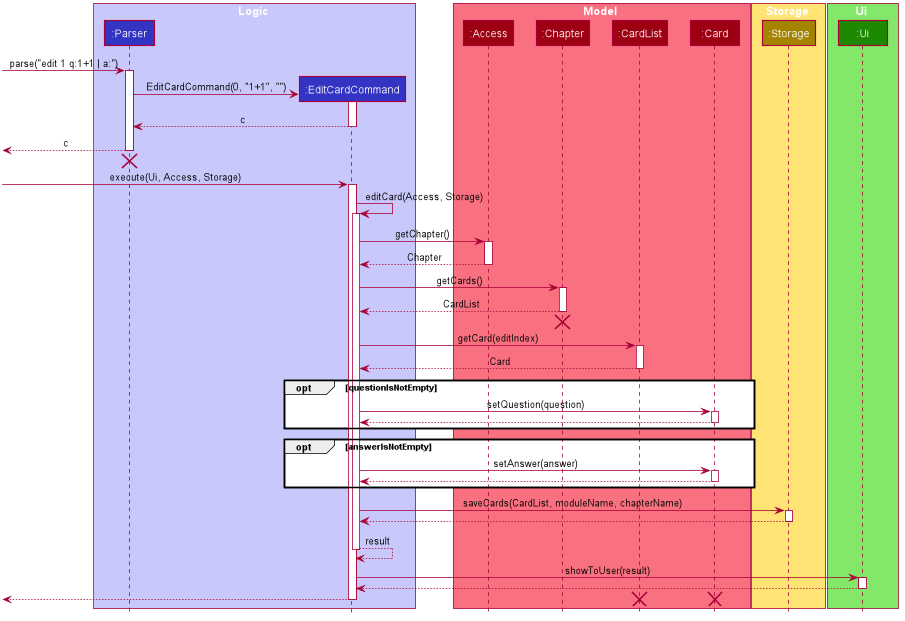
Above: docs/DG_Images/EditCardSequenceDiagram.png in nus-cs2113-AY2021S1/tp (PlantUML), before the change.
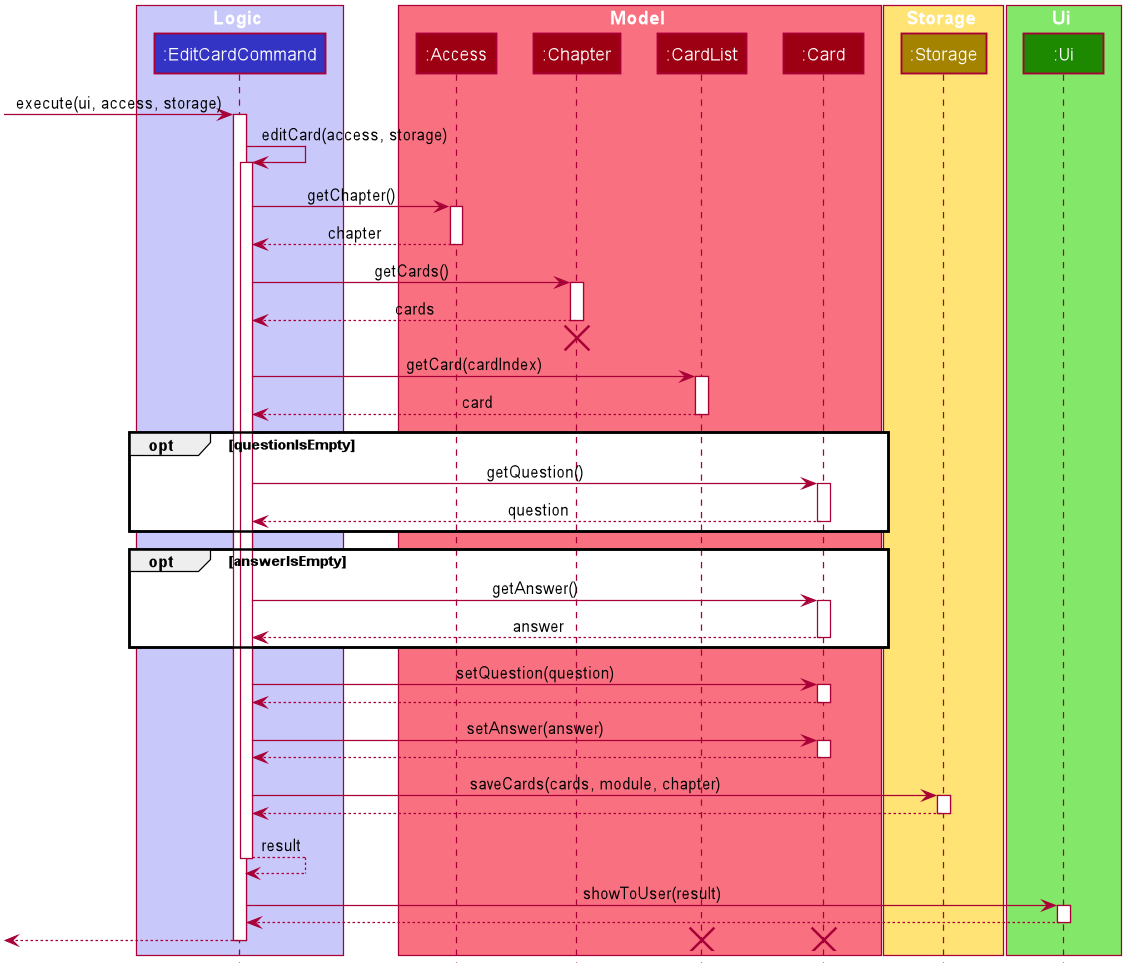
Later version of the same file.

What changed in the source:
```diff
@@ -43,13 +43,14 @@
 skinparam Shadowing false
 skinparam DefaultTextAlignment center
 skinparam packageStyle Rectangle
+skinparam classAttributeIconSize 0
+skinparam classAttributeFontColor white
 
 hide footbox
 hide members
 hide circle
 
 box Logic #C8C8FA
-participant ":Parser" as Parser #3333C4
 participant ":EditCardCommand" as EditCardCommand #3333C4
 end box
 
@@ -68,64 +69,61 @@
 participant ":Ui" as Ui #1D8900
 end box
 
-[-> Parser : parse("edit 1 q:1+1 | a:")
-activate Parser
-
-create EditCardCommand
-Parser -> EditCardCommand : EditCardCommand(0, "1+1", "")
+[-> EditCardCommand : execute(ui, access, storage)
 activate EditCardCommand
 
-EditCardCommand --> Parser : c
-deactivate EditCardCommand
-
-[<-- Parser : c
-deactivate Parser
-[<-[hidden]- Parser
-destroy Parser
-
-[-> EditCardCommand : execute(Ui, Access, Storage)
-activate EditCardCommand
-
-EditCardCommand -> EditCardCommand : editCard(Access, Storage)
+EditCardCommand -> EditCardCommand : editCard(access, storage)
 activate EditCardCommand
 
 EditCardCommand -> Access : getChapter()
 activate Access
 
-Access --> EditCardCommand : Chapter
+Access --> EditCardCommand : chapter
 deactivate Access
 
 EditCardCommand -> Chapter : getCards()
 activate Chapter
 
-Chapter--> EditCardCommand : CardList
+Chapter--> EditCardCommand : cards
 deactivate Chapter
 [<-[hidden]- EditCardCommand
 destroy Chapter
 
-EditCardCommand -> CardList : getCard(editIndex)
+EditCardCommand -> CardList : getCard(cardIndex)
 activate CardList
 
-CardList --> EditCardCommand : Card
+CardList --> EditCardCommand : card
 deactivate CardList
 
-opt questionIsNotEmpty
+opt questionIsEmpty
+EditCardCommand -> Card : getQuestion()
+activate Card
+
+Card --> EditCardCommand : question
+deactivate Card
+end
+
+opt answerIsEmpty
+EditCardCommand -> Card : getAnswer()
+activate Card
+
+Card --> EditCardCommand : answer
+deactivate Card
+end
+
 EditCardCommand -> Card : setQuestion(question)
 activate Card
 
 Card --> EditCardCommand
 deactivate Card
-end
 
-opt answerIsNotEmpty
 EditCardCommand -> Card : setAnswer(answer)
 activate Card
 
 Card --> EditCardCommand
 deactivate Card
-end
 
-EditCardCommand -> Storage : saveCards(CardList, moduleName, chapterName)
+EditCardCommand -> Storage : saveCards(cards, module, chapter)
 activate Storage
 
 Storage --> EditCardCommand
```
